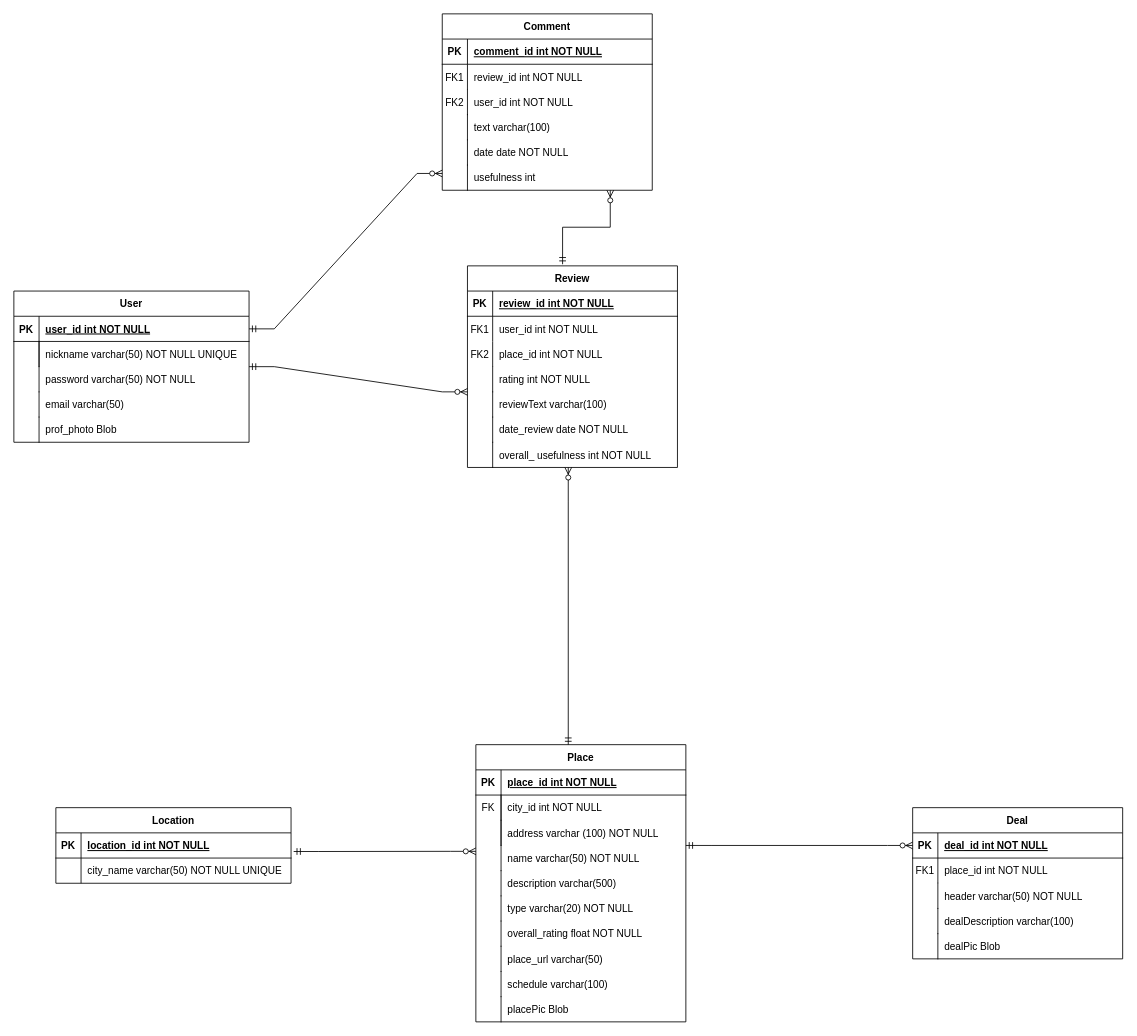
Above: Documents/Entidades.drawio in GonzaloLGI/Furry-Advisor (draw.io), before the change. Source tidied: cells renumbered, new cells numbered last; positions are measured from the earlier drawing's top-left corner, leaving out a move shared by most shapes. Both pictures are drawn from the tidied source at 84%, with x=0, y=0 at pixel (13, 13).
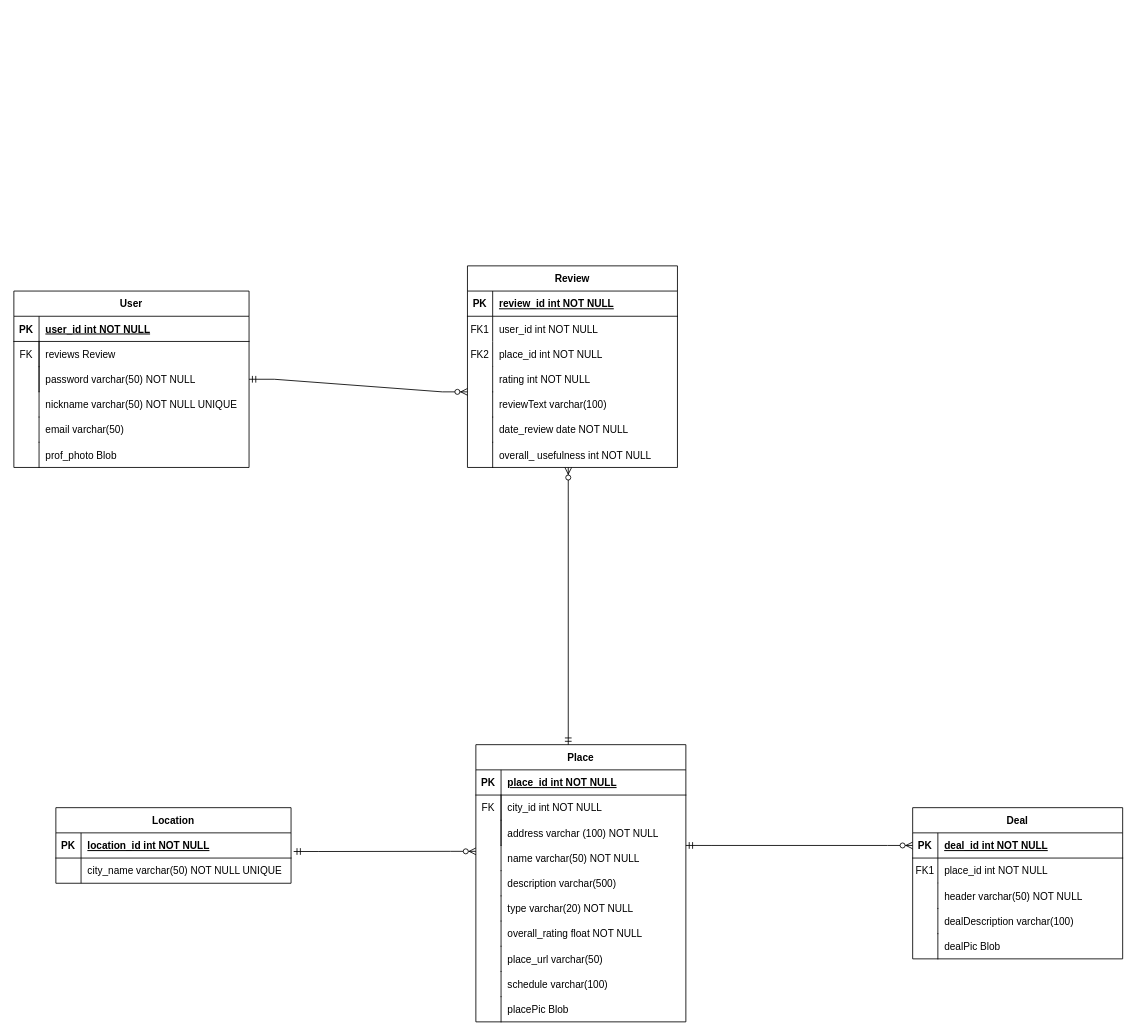
After the change.

Unchanged cells that the change refers to:
```xml
<mxCell id="12" value="Review" style="shape=table;startSize=30;childLayout=tableLayout;rowLines=0;fontStyle=1;align=center;" parent="1" vertex="1">
  <mxGeometry x="540" y="300" width="250" height="240" as="geometry" />
</mxCell>
<mxCell id="23" style="shape=partialRectangle;fillColor=none;points=[[0,0.5],[1,0.5]];portConstraint=eastwest;top=0;left=0;right=0;bottom=1;" parent="22" vertex="1">
  <mxGeometry y="30" width="280" height="30" as="geometry" />
</mxCell>
```

Change to the diagram source:
```diff
@@
     <mxCell id="22" value="User" style="shape=table;startSize=30;childLayout=tableLayout;rowLines=0;fontStyle=1;align=center;" parent="1" vertex="1">
-      <mxGeometry y="330" width="280" height="180" as="geometry" />
+      <mxGeometry y="330" width="280" height="210" as="geometry" />
     </mxCell>
@@
+    <mxCell id="82" style="shape=partialRectangle;fillColor=none;top=0;left=0;right=0;bottom=0;" parent="22" vertex="1">
+      <mxGeometry y="90" width="280" height="30" as="geometry" />
+    </mxCell>
+    <mxCell id="83" style="shape=partialRectangle;overflow=hidden;fillColor=none;top=0;left=0;bottom=0;right=0;perimeterSpacing=0;" parent="82" vertex="1">
+      <mxGeometry width="30" height="30" as="geometry" />
+    </mxCell>
+    <mxCell id="84" style="shape=partialRectangle;overflow=hidden;fillColor=none;top=0;left=0;bottom=0;right=0;align=left;spacingLeft=6;" parent="82" vertex="1">
+      <mxGeometry x="30" width="250" height="30" as="geometry" />
+    </mxCell>
     <mxCell id="29" value="prof_photo Blob " style="shape=partialRectangle;overflow=hidden;fillColor=none;top=0;left=1;bottom=0;right=0;align=left;spacingLeft=6;" parent="1" vertex="1">
-      <mxGeometry x="30" y="480" width="220" height="30" as="geometry" />
+      <mxGeometry x="30" y="510" width="220" height="30" as="geometry" />
     </mxCell>
     <mxCell id="30" value="nickname varchar(50) NOT NULL UNIQUE" style="shape=partialRectangle;overflow=hidden;fillColor=none;top=0;left=1;bottom=0;right=0;align=left;spacingLeft=6;strokeColor=#000000;" parent="1" vertex="1">
-      <mxGeometry x="30" y="390" width="250" height="30" as="geometry" />
+      <mxGeometry x="30" y="450" width="250" height="30" as="geometry" />
     </mxCell>
@@
-    <mxCell id="43" value="Comment" style="shape=table;startSize=30;childLayout=tableLayout;rowLines=0;fontStyle=1;align=center;" parent="1" vertex="1">
-      <mxGeometry x="510" width="250" height="210" as="geometry" />
-    </mxCell>
-    <mxCell id="44" style="shape=partialRectangle;fillColor=none;top=0;left=0;right=0;bottom=1;" parent="43" vertex="1">
-      <mxGeometry y="30" width="250" height="30" as="geometry" />
-    </mxCell>
-    <mxCell id="45" value="PK" style="shape=partialRectangle;overflow=hidden;fillColor=none;top=0;left=0;bottom=0;right=0;fontStyle=1;" parent="44" vertex="1">
-      <mxGeometry width="30" height="30" as="geometry" />
-    </mxCell>
-    <mxCell id="46" value="comment_id int NOT NULL" style="shape=partialRectangle;overflow=hidden;fillColor=none;top=0;left=0;bottom=0;right=0;align=left;spacingLeft=6;fontStyle=5;" parent="44" vertex="1">
-      <mxGeometry x="30" width="220" height="30" as="geometry" />
-    </mxCell>
-    <mxCell id="47" style="shape=partialRectangle;fillColor=none;top=0;left=0;right=0;bottom=0;" parent="43" vertex="1">
-      <mxGeometry y="60" width="250" height="30" as="geometry" />
-    </mxCell>
-    <mxCell id="48" value="FK1" style="shape=partialRectangle;overflow=hidden;fillColor=none;top=0;left=0;bottom=0;right=0;" parent="47" vertex="1">
-      <mxGeometry width="30" height="30" as="geometry" />
-    </mxCell>
-    <mxCell id="49" value="review_id int NOT NULL" style="shape=partialRectangle;overflow=hidden;fillColor=none;top=0;left=0;bottom=0;right=0;align=left;spacingLeft=6;" parent="47" vertex="1">
-      <mxGeometry x="30" width="220" height="30" as="geometry" />
-    </mxCell>
-    <mxCell id="50" value="text varchar(100) " style="shape=partialRectangle;overflow=hidden;fillColor=none;top=0;left=1;bottom=0;right=0;align=left;spacingLeft=6;" parent="1" vertex="1">
-      <mxGeometry x="540" y="120" width="220" height="30" as="geometry" />
-    </mxCell>
-    <mxCell id="51" value="date date NOT NULL" style="shape=partialRectangle;overflow=hidden;fillColor=none;top=0;left=1;bottom=0;right=0;align=left;spacingLeft=6;" parent="1" vertex="1">
-      <mxGeometry x="540" y="150" width="220" height="30" as="geometry" />
-    </mxCell>
-    <mxCell id="52" value="usefulness int " style="shape=partialRectangle;overflow=hidden;fillColor=none;top=0;left=1;bottom=0;right=0;align=left;spacingLeft=6;" parent="1" vertex="1">
-      <mxGeometry x="540" y="180" width="220" height="30" as="geometry" />
-    </mxCell>
-    <mxCell id="53" value="user_id int NOT NULL" style="shape=partialRectangle;overflow=hidden;fillColor=none;top=0;left=1;bottom=0;right=0;align=left;spacingLeft=6;" parent="1" vertex="1">
-      <mxGeometry x="540" y="90" width="220" height="30" as="geometry" />
-    </mxCell>
-    <mxCell id="54" value="FK2" style="shape=partialRectangle;overflow=hidden;fillColor=none;top=0;left=0;bottom=0;right=0;" parent="1" vertex="1">
-      <mxGeometry x="510" y="90" width="30" height="30" as="geometry" />
-    </mxCell>
@@
     <mxCell id="66" value="email varchar(50)" style="shape=partialRectangle;overflow=hidden;fillColor=none;top=0;left=1;bottom=0;right=0;align=left;spacingLeft=6;" parent="1" vertex="1">
-      <mxGeometry x="30" y="450" width="220" height="30" as="geometry" />
+      <mxGeometry x="30" y="480" width="220" height="30" as="geometry" />
     </mxCell>
@@
-    <mxCell id="68" style="edgeStyle=elbowEdgeStyle;fontSize=12;html=1;endArrow=ERzeroToMany;startArrow=ERmandOne;rounded=0;exitX=0.453;exitY=-0.008;exitDx=0;exitDy=0;exitPerimeter=0;elbow=vertical;" parent="1" edge="1" source="12">
-      <mxGeometry relative="1" as="geometry">
-        <mxPoint x="710" y="210" as="targetPoint" />
-      </mxGeometry>
-    </mxCell>
-    <mxCell id="69" style="edgeStyle=entityRelationEdgeStyle;fontSize=12;html=1;endArrow=ERzeroToMany;startArrow=ERmandOne;rounded=0;exitX=1;exitY=0.5;exitDx=0;exitDy=0;" parent="1" edge="1" source="23">
-      <mxGeometry relative="1" as="geometry">
-        <mxPoint x="510" y="190" as="targetPoint" />
-      </mxGeometry>
-    </mxCell>
@@
+    <mxCell id="85" value="reviews Review " style="shape=partialRectangle;overflow=hidden;fillColor=none;top=0;left=1;bottom=0;right=0;align=left;spacingLeft=6;" parent="1" vertex="1">
+      <mxGeometry x="30" y="390" width="220" height="30" as="geometry" />
+    </mxCell>
+    <mxCell id="86" value="FK" style="shape=partialRectangle;overflow=hidden;fillColor=none;top=0;left=0;bottom=0;right=0;perimeterSpacing=0;" parent="1" vertex="1">
+      <mxGeometry y="390" width="30" height="30" as="geometry" />
+    </mxCell>
```
